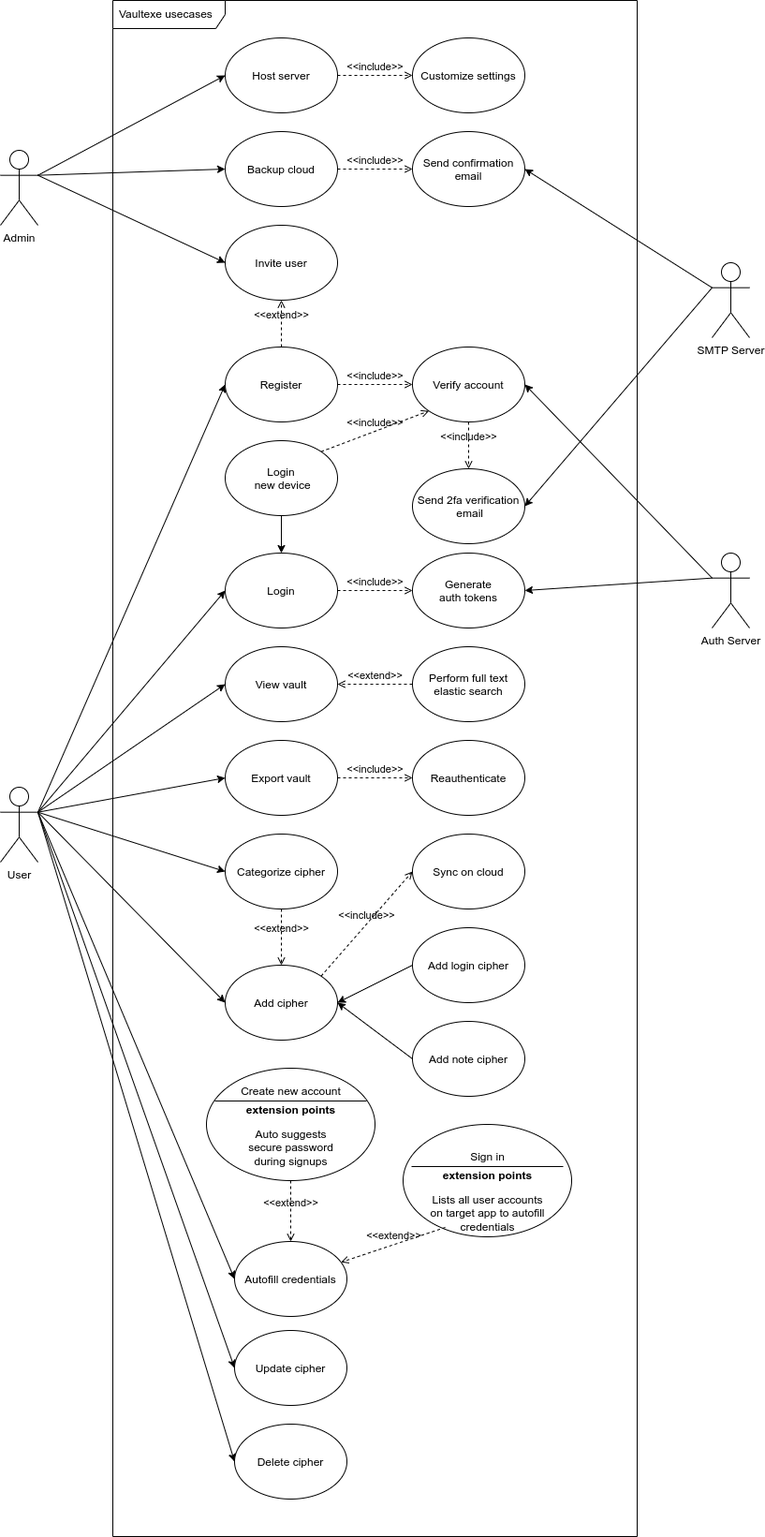
Vaultexe/diagrams keeps this draw.io diagram as usecase.drawio.png. Above is the earlier version. Source tidied: cells renumbered, new cells last; positions are measured from the earlier drawing's top-left corner, leaving out a move shared by most shapes.
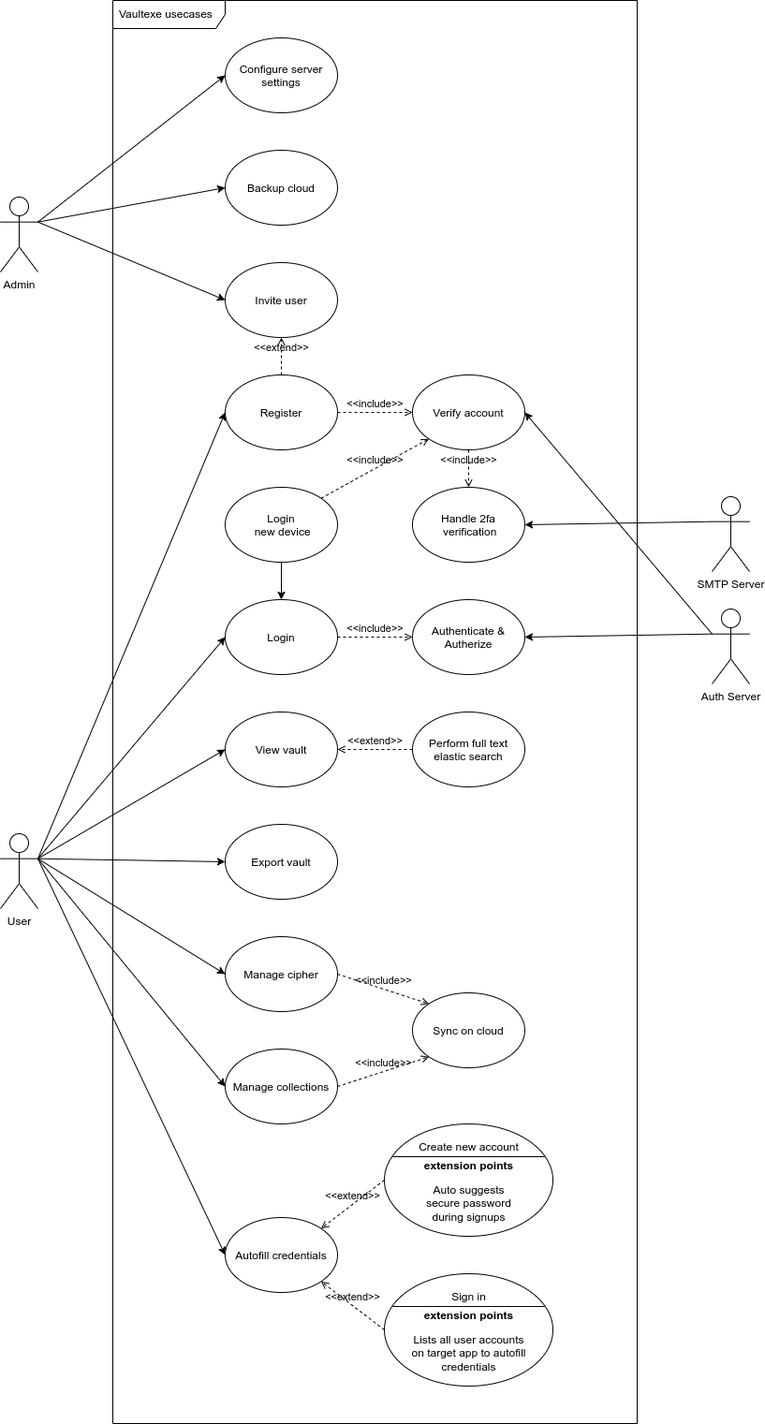
The same file after the commit.

Commit message:
Shrink down usecase diagram

The edit, as a diff of the source:
```diff
@@ -3,7 +3,7 @@
     <mxCell id="0" />
     <mxCell id="1" parent="0" />
     <mxCell id="2" value="Vaultexe usecases" style="shape=umlFrame;whiteSpace=wrap;html=1;width=120;height=30;boundedLbl=1;verticalAlign=middle;align=left;spacingLeft=5;rounded=0;" parent="1" vertex="1">
-      <mxGeometry x="120" width="560" height="1640" as="geometry" />
+      <mxGeometry x="120" y="-40" width="560" height="1520" as="geometry" />
     </mxCell>
     <mxCell id="3" style="edgeStyle=none;html=1;exitX=1;exitY=0.3333333333333333;exitDx=0;exitDy=0;exitPerimeter=0;entryX=0;entryY=0.5;entryDx=0;entryDy=0;rounded=0;" parent="1" edge="1" source="12" target="13">
       <mxGeometry relative="1" as="geometry" />
@@ -14,74 +14,47 @@
     <mxCell id="5" style="edgeStyle=none;html=1;entryX=0;entryY=0.5;entryDx=0;entryDy=0;exitX=1;exitY=0.3333333333333333;exitDx=0;exitDy=0;exitPerimeter=0;rounded=0;" parent="1" edge="1" source="12" target="18">
       <mxGeometry relative="1" as="geometry" />
     </mxCell>
-    <mxCell id="6" style="edgeStyle=none;html=1;entryX=0;entryY=0.5;entryDx=0;entryDy=0;exitX=1;exitY=0.3333333333333333;exitDx=0;exitDy=0;exitPerimeter=0;rounded=0;" parent="1" edge="1" source="12" target="23">
-      <mxGeometry relative="1" as="geometry" />
-    </mxCell>
-    <mxCell id="7" style="edgeStyle=none;html=1;entryX=0;entryY=0.5;entryDx=0;entryDy=0;exitX=1;exitY=0.3333333333333333;exitDx=0;exitDy=0;exitPerimeter=0;rounded=0;" parent="1" edge="1" source="12" target="24">
-      <mxGeometry relative="1" as="geometry" />
-    </mxCell>
     <mxCell id="8" style="edgeStyle=none;html=1;exitX=1;exitY=0.3333333333333333;exitDx=0;exitDy=0;exitPerimeter=0;entryX=0;entryY=0.5;entryDx=0;entryDy=0;rounded=0;" parent="1" edge="1" source="12" target="25">
       <mxGeometry relative="1" as="geometry" />
     </mxCell>
     <mxCell id="9" style="edgeStyle=none;html=1;exitX=1;exitY=0.3333333333333333;exitDx=0;exitDy=0;exitPerimeter=0;entryX=0;entryY=0.5;entryDx=0;entryDy=0;" parent="1" edge="1" source="12" target="43">
       <mxGeometry relative="1" as="geometry" />
     </mxCell>
-    <mxCell id="10" style="edgeStyle=none;html=1;exitX=1;exitY=0.3333333333333333;exitDx=0;exitDy=0;exitPerimeter=0;entryX=0;entryY=0.5;entryDx=0;entryDy=0;" parent="1" edge="1" source="12" target="54">
-      <mxGeometry relative="1" as="geometry" />
-    </mxCell>
     <mxCell id="11" style="edgeStyle=none;html=1;exitX=1;exitY=0.3333333333333333;exitDx=0;exitDy=0;exitPerimeter=0;entryX=0;entryY=0.5;entryDx=0;entryDy=0;" parent="1" edge="1" source="12" target="59">
       <mxGeometry relative="1" as="geometry" />
     </mxCell>
+    <mxCell id="72" style="edgeStyle=none;html=1;exitX=1;exitY=0.3333333333333333;exitDx=0;exitDy=0;exitPerimeter=0;entryX=0;entryY=0.5;entryDx=0;entryDy=0;" parent="1" edge="1" source="12" target="73">
+      <mxGeometry relative="1" as="geometry" />
+    </mxCell>
     <mxCell id="12" value="User" style="shape=umlActor;verticalLabelPosition=bottom;verticalAlign=top;html=1;rounded=0;" parent="1" vertex="1">
-      <mxGeometry y="840" width="40" height="80" as="geometry" />
+      <mxGeometry y="850" width="40" height="80" as="geometry" />
     </mxCell>
     <mxCell id="13" value="Register" style="ellipse;rounded=0;" parent="1" vertex="1">
-      <mxGeometry x="240" y="370" width="120" height="80" as="geometry" />
+      <mxGeometry x="240" y="360" width="120" height="80" as="geometry" />
     </mxCell>
     <mxCell id="14" value="Login" style="ellipse;rounded=0;" parent="1" vertex="1">
-      <mxGeometry x="240" y="590" width="120" height="80" as="geometry" />
+      <mxGeometry x="240" y="600" width="120" height="80" as="geometry" />
     </mxCell>
     <mxCell id="15" style="edgeStyle=none;html=1;exitX=0;exitY=0.3333333333333333;exitDx=0;exitDy=0;exitPerimeter=0;entryX=1;entryY=0.5;entryDx=0;entryDy=0;rounded=0;" parent="1" edge="1" source="17" target="28">
       <mxGeometry relative="1" as="geometry" />
     </mxCell>
-    <mxCell id="16" style="edgeStyle=none;html=1;exitX=0;exitY=0.3333333333333333;exitDx=0;exitDy=0;exitPerimeter=0;entryX=1;entryY=0.5;entryDx=0;entryDy=0;" parent="1" edge="1" source="17" target="41">
-      <mxGeometry relative="1" as="geometry" />
-    </mxCell>
     <mxCell id="17" value="SMTP Server" style="shape=umlActor;verticalLabelPosition=bottom;verticalAlign=top;html=1;rounded=0;" parent="1" vertex="1">
-      <mxGeometry x="760" y="280" width="40" height="80" as="geometry" />
+      <mxGeometry x="760" y="490" width="40" height="80" as="geometry" />
     </mxCell>
-    <mxCell id="18" value="Add cipher" style="ellipse;rounded=0;" parent="1" vertex="1">
-      <mxGeometry x="240" y="1030" width="120" height="80" as="geometry" />
+    <mxCell id="18" value="Manage cipher" style="ellipse;rounded=0;" parent="1" vertex="1">
+      <mxGeometry x="240" y="960" width="120" height="80" as="geometry" />
     </mxCell>
-    <mxCell id="19" style="edgeStyle=none;html=1;entryX=1;entryY=0.5;entryDx=0;entryDy=0;rounded=0;exitX=0;exitY=0.5;exitDx=0;exitDy=0;" parent="1" edge="1" source="20" target="18">
-      <mxGeometry relative="1" as="geometry" />
-    </mxCell>
-    <mxCell id="20" value="Add note cipher" style="ellipse;rounded=0;" parent="1" vertex="1">
-      <mxGeometry x="440" y="1090" width="120" height="80" as="geometry" />
-    </mxCell>
-    <mxCell id="21" style="edgeStyle=none;html=1;entryX=1;entryY=0.5;entryDx=0;entryDy=0;rounded=0;exitX=0;exitY=0.5;exitDx=0;exitDy=0;" parent="1" edge="1" source="22" target="18">
-      <mxGeometry relative="1" as="geometry" />
-    </mxCell>
-    <mxCell id="22" value="Add login cipher" style="ellipse;rounded=0;" parent="1" vertex="1">
-      <mxGeometry x="440" y="990" width="120" height="80" as="geometry" />
-    </mxCell>
-    <mxCell id="23" value="Update cipher" style="ellipse;rounded=0;" parent="1" vertex="1">
-      <mxGeometry x="250" y="1420" width="120" height="80" as="geometry" />
-    </mxCell>
-    <mxCell id="24" value="Delete cipher" style="ellipse;rounded=0;" parent="1" vertex="1">
-      <mxGeometry x="250" y="1520" width="120" height="80" as="geometry" />
-    </mxCell>
     <mxCell id="25" value="View vault" style="ellipse;rounded=0;" parent="1" vertex="1">
-      <mxGeometry x="240" y="690" width="120" height="80" as="geometry" />
+      <mxGeometry x="240" y="720" width="120" height="80" as="geometry" />
     </mxCell>
-    <mxCell id="26" value="Host server" style="ellipse;rounded=0;" parent="1" vertex="1">
-      <mxGeometry x="240" y="40" width="120" height="80" as="geometry" />
+    <mxCell id="26" value="Configure server&#10;settings" style="ellipse;rounded=0;" parent="1" vertex="1">
+      <mxGeometry x="240" width="120" height="80" as="geometry" />
     </mxCell>
     <mxCell id="27" value="Verify account" style="ellipse;rounded=0;" parent="1" vertex="1">
-      <mxGeometry x="440" y="370" width="120" height="80" as="geometry" />
+      <mxGeometry x="440" y="360" width="120" height="80" as="geometry" />
     </mxCell>
-    <mxCell id="28" value="Send 2fa verification&#10; email" style="ellipse;rounded=0;" parent="1" vertex="1">
-      <mxGeometry x="440" y="500" width="120" height="80" as="geometry" />
+    <mxCell id="28" value="Handle 2fa&#10; verification" style="ellipse;rounded=0;" parent="1" vertex="1">
+      <mxGeometry x="440" y="480" width="120" height="80" as="geometry" />
     </mxCell>
     <mxCell id="29" value="&amp;lt;&amp;lt;include&amp;gt;&amp;gt;" style="html=1;verticalAlign=bottom;labelBackgroundColor=none;endArrow=open;endFill=0;dashed=1;exitX=1;exitY=0.5;exitDx=0;exitDy=0;entryX=0;entryY=0.5;entryDx=0;entryDy=0;rounded=0;" parent="1" edge="1" source="13" target="27">
       <mxGeometry relative="1" as="geometry" />
@@ -89,14 +62,14 @@
     <mxCell id="30" value="&amp;lt;&amp;lt;include&amp;gt;&amp;gt;" style="html=1;verticalAlign=bottom;labelBackgroundColor=none;endArrow=open;endFill=0;dashed=1;exitX=0.5;exitY=1;exitDx=0;exitDy=0;entryX=0.5;entryY=0;entryDx=0;entryDy=0;rounded=0;" parent="1" edge="1" source="27" target="28">
       <mxGeometry relative="1" as="geometry" />
     </mxCell>
-    <mxCell id="31" value="Generate&#10;auth tokens" style="ellipse;rounded=0;" parent="1" vertex="1">
-      <mxGeometry x="440" y="590" width="120" height="80" as="geometry" />
+    <mxCell id="31" value="Authenticate &amp;&#10;Autherize" style="ellipse;rounded=0;" parent="1" vertex="1">
+      <mxGeometry x="440" y="600" width="120" height="80" as="geometry" />
     </mxCell>
     <mxCell id="32" style="edgeStyle=none;html=1;exitX=0.5;exitY=1;exitDx=0;exitDy=0;entryX=0.5;entryY=0;entryDx=0;entryDy=0;rounded=0;" parent="1" edge="1" source="33" target="14">
       <mxGeometry relative="1" as="geometry" />
     </mxCell>
     <mxCell id="33" value="Login&#10; new device" style="ellipse;rounded=0;" parent="1" vertex="1">
-      <mxGeometry x="240" y="470" width="120" height="80" as="geometry" />
+      <mxGeometry x="240" y="480" width="120" height="80" as="geometry" />
     </mxCell>
     <mxCell id="34" value="&amp;lt;&amp;lt;include&amp;gt;&amp;gt;" style="html=1;verticalAlign=bottom;labelBackgroundColor=none;endArrow=open;endFill=0;dashed=1;exitX=1;exitY=0;exitDx=0;exitDy=0;entryX=0;entryY=1;entryDx=0;entryDy=0;rounded=0;" parent="1" edge="1" source="33" target="27">
       <mxGeometry relative="1" as="geometry" />
@@ -105,31 +78,19 @@
       <mxGeometry relative="1" as="geometry" />
     </mxCell>
     <mxCell id="36" value="Sync on cloud" style="ellipse;rounded=0;" parent="1" vertex="1">
-      <mxGeometry x="440" y="890" width="120" height="80" as="geometry" />
+      <mxGeometry x="440" y="1020" width="120" height="80" as="geometry" />
     </mxCell>
-    <mxCell id="37" value="&amp;lt;&amp;lt;include&amp;gt;&amp;gt;" style="html=1;verticalAlign=bottom;labelBackgroundColor=none;endArrow=open;endFill=0;dashed=1;exitX=1;exitY=0;exitDx=0;exitDy=0;entryX=0;entryY=0.5;entryDx=0;entryDy=0;rounded=0;" parent="1" edge="1" source="18" target="36">
+    <mxCell id="37" value="&amp;lt;&amp;lt;include&amp;gt;&amp;gt;" style="html=1;verticalAlign=bottom;labelBackgroundColor=none;endArrow=open;endFill=0;dashed=1;exitX=1;exitY=0.5;exitDx=0;exitDy=0;entryX=0;entryY=0;entryDx=0;entryDy=0;rounded=0;" parent="1" edge="1" source="18" target="36">
       <mxGeometry relative="1" as="geometry" />
     </mxCell>
-    <mxCell id="38" value="&amp;lt;&amp;lt;include&amp;gt;&amp;gt;" style="html=1;verticalAlign=bottom;labelBackgroundColor=none;endArrow=open;endFill=0;dashed=1;exitX=1;exitY=0.5;exitDx=0;exitDy=0;entryX=0;entryY=0.5;entryDx=0;entryDy=0;" parent="1" edge="1" source="26" target="39">
-      <mxGeometry relative="1" as="geometry" />
-    </mxCell>
-    <mxCell id="39" value="Customize settings" style="ellipse;rounded=0;" parent="1" vertex="1">
-      <mxGeometry x="440" y="40" width="120" height="80" as="geometry" />
-    </mxCell>
     <mxCell id="40" value="Backup cloud" style="ellipse;rounded=0;" parent="1" vertex="1">
-      <mxGeometry x="240" y="140" width="120" height="80" as="geometry" />
+      <mxGeometry x="240" y="120" width="120" height="80" as="geometry" />
     </mxCell>
-    <mxCell id="41" value="Send confirmation&#10;email" style="ellipse;rounded=0;" parent="1" vertex="1">
-      <mxGeometry x="440" y="140" width="120" height="80" as="geometry" />
-    </mxCell>
-    <mxCell id="42" value="&amp;lt;&amp;lt;include&amp;gt;&amp;gt;" style="html=1;verticalAlign=bottom;labelBackgroundColor=none;endArrow=open;endFill=0;dashed=1;exitX=1;exitY=0.5;exitDx=0;exitDy=0;entryX=0;entryY=0.5;entryDx=0;entryDy=0;" parent="1" edge="1" source="40" target="41">
-      <mxGeometry relative="1" as="geometry" />
-    </mxCell>
     <mxCell id="43" value="Autofill credentials" style="ellipse;rounded=0;" parent="1" vertex="1">
-      <mxGeometry x="250" y="1325" width="120" height="80" as="geometry" />
+      <mxGeometry x="240" y="1260" width="120" height="80" as="geometry" />
     </mxCell>
     <mxCell id="44" style="shape=ellipse;horizontal=1;html=1;dashed=0;" parent="1" vertex="1">
-      <mxGeometry x="220" y="1140" width="180" height="120" as="geometry" />
+      <mxGeometry x="410" y="1160" width="180" height="120" as="geometry" />
     </mxCell>
     <mxCell id="45" value="Create new account" style="html=1;strokeColor=none;fillColor=none;align=center;verticalAlign=middle;" parent="44" vertex="1">
       <mxGeometry y="10" width="180" height="30" as="geometry" />
@@ -143,26 +104,8 @@
     <mxCell id="48" value="Auto suggests &lt;br&gt;secure password &lt;br&gt;during signups" style="text;html=1;align=center;verticalAlign=middle;spacingLeft=0;fillColor=none;strokeColor=none;" parent="44" vertex="1">
       <mxGeometry y="70" width="180" height="30" as="geometry" />
     </mxCell>
-    <mxCell id="49" style="shape=ellipse;horizontal=1;html=1;dashed=0;" parent="1" vertex="1">
-      <mxGeometry x="430" y="1200" width="180" height="120" as="geometry" />
-    </mxCell>
-    <mxCell id="50" value="Sign in" style="html=1;strokeColor=none;fillColor=none;align=center;verticalAlign=middle;" parent="49" vertex="1">
-      <mxGeometry y="20" width="180" height="30" as="geometry" />
-    </mxCell>
-    <mxCell id="51" style="line;strokeWidth=1;fillColor=none;labelPosition=right;dashed=0;" parent="49" vertex="1">
-      <mxGeometry x="9" y="40" width="162" height="10" as="geometry" />
-    </mxCell>
-    <mxCell id="52" value="extension points" style="text;html=1;align=center;verticalAlign=middle;fillColor=none;strokeColor=none;fontStyle=1;" parent="49" vertex="1">
-      <mxGeometry y="40" width="180" height="30" as="geometry" />
-    </mxCell>
-    <mxCell id="53" value="Lists all user accounts &lt;br&gt;on target app to autofill&lt;br&gt;credentials" style="text;html=1;align=center;verticalAlign=middle;spacingLeft=0;fillColor=none;strokeColor=none;" parent="49" vertex="1">
-      <mxGeometry y="80" width="180" height="30" as="geometry" />
-    </mxCell>
-    <mxCell id="54" value="Categorize cipher" style="ellipse;rounded=0;" parent="1" vertex="1">
-      <mxGeometry x="240" y="890" width="120" height="80" as="geometry" />
-    </mxCell>
     <mxCell id="55" value="Perform full text&#10;elastic search" style="ellipse;rounded=0;" parent="1" vertex="1">
-      <mxGeometry x="440" y="690" width="120" height="80" as="geometry" />
+      <mxGeometry x="440" y="720" width="120" height="80" as="geometry" />
     </mxCell>
     <mxCell id="56" style="edgeStyle=none;html=1;exitX=0;exitY=0.3333333333333333;exitDx=0;exitDy=0;exitPerimeter=0;entryX=1;entryY=0.5;entryDx=0;entryDy=0;" parent="1" edge="1" source="58" target="31">
       <mxGeometry relative="1" as="geometry" />
@@ -171,10 +114,10 @@
       <mxGeometry relative="1" as="geometry" />
     </mxCell>
     <mxCell id="58" value="Auth Server" style="shape=umlActor;verticalLabelPosition=bottom;verticalAlign=top;html=1;rounded=0;" parent="1" vertex="1">
-      <mxGeometry x="760" y="590" width="40" height="80" as="geometry" />
+      <mxGeometry x="760" y="610" width="40" height="80" as="geometry" />
     </mxCell>
     <mxCell id="59" value="Export vault" style="ellipse;rounded=0;" parent="1" vertex="1">
-      <mxGeometry x="240" y="790" width="120" height="80" as="geometry" />
+      <mxGeometry x="240" y="840" width="120" height="80" as="geometry" />
     </mxCell>
     <mxCell id="60" style="edgeStyle=none;html=1;entryX=0;entryY=0.5;entryDx=0;entryDy=0;exitX=1;exitY=0.3333333333333333;exitDx=0;exitDy=0;exitPerimeter=0;" parent="1" edge="1" source="63" target="26">
       <mxGeometry relative="1" as="geometry" />
@@ -186,14 +129,8 @@
       <mxGeometry relative="1" as="geometry" />
     </mxCell>
     <mxCell id="63" value="Admin" style="shape=umlActor;verticalLabelPosition=bottom;verticalAlign=top;html=1;rounded=0;" parent="1" vertex="1">
-      <mxGeometry y="160" width="40" height="80" as="geometry" />
+      <mxGeometry y="170" width="40" height="80" as="geometry" />
     </mxCell>
-    <mxCell id="64" value="Reauthenticate" style="ellipse;rounded=0;" parent="1" vertex="1">
-      <mxGeometry x="440" y="790" width="120" height="80" as="geometry" />
-    </mxCell>
-    <mxCell id="65" value="&amp;lt;&amp;lt;include&amp;gt;&amp;gt;" style="html=1;verticalAlign=bottom;labelBackgroundColor=none;endArrow=open;endFill=0;dashed=1;exitX=1;exitY=0.5;exitDx=0;exitDy=0;entryX=0;entryY=0.5;entryDx=0;entryDy=0;" parent="1" edge="1" source="59" target="64">
-      <mxGeometry relative="1" as="geometry" />
-    </mxCell>
     <mxCell id="66" value="Invite user" style="ellipse;rounded=0;" parent="1" vertex="1">
       <mxGeometry x="240" y="240" width="120" height="80" as="geometry" />
     </mxCell>
@@ -203,14 +140,32 @@
     <mxCell id="68" value="&amp;lt;&amp;lt;extend&amp;gt;&amp;gt;" style="html=1;verticalAlign=bottom;labelBackgroundColor=none;endArrow=open;endFill=0;dashed=1;entryX=1;entryY=0.5;entryDx=0;entryDy=0;exitX=0;exitY=0.5;exitDx=0;exitDy=0;" parent="1" edge="1" source="55" target="25">
       <mxGeometry relative="1" as="geometry" />
     </mxCell>
-    <mxCell id="69" value="&amp;lt;&amp;lt;extend&amp;gt;&amp;gt;" style="html=1;verticalAlign=bottom;labelBackgroundColor=none;endArrow=open;endFill=0;dashed=1;entryX=0.5;entryY=0;entryDx=0;entryDy=0;exitX=0.5;exitY=1;exitDx=0;exitDy=0;" parent="1" edge="1" source="54" target="18">
-      <mxGeometry relative="1" as="geometry" />
-    </mxCell>
-    <mxCell id="70" value="&amp;lt;&amp;lt;extend&amp;gt;&amp;gt;" style="html=1;verticalAlign=bottom;labelBackgroundColor=none;endArrow=open;endFill=0;dashed=1;exitX=0.5;exitY=1;exitDx=0;exitDy=0;entryX=0.5;entryY=0;entryDx=0;entryDy=0;" parent="1" edge="1" source="44" target="43">
+    <mxCell id="70" value="&amp;lt;&amp;lt;extend&amp;gt;&amp;gt;" style="html=1;verticalAlign=bottom;labelBackgroundColor=none;endArrow=open;endFill=0;dashed=1;exitX=0;exitY=1;exitDx=0;exitDy=0;entryX=1;entryY=0;entryDx=0;entryDy=0;" parent="1" edge="1" source="47" target="43">
       <mxGeometry relative="1" as="geometry" />
     </mxCell>
-    <mxCell id="71" value="&amp;lt;&amp;lt;extend&amp;gt;&amp;gt;" style="html=1;verticalAlign=bottom;labelBackgroundColor=none;endArrow=open;endFill=0;dashed=1;" parent="1" edge="1" source="53" target="43">
+    <mxCell id="71" value="&amp;lt;&amp;lt;extend&amp;gt;&amp;gt;" style="html=1;verticalAlign=bottom;labelBackgroundColor=none;endArrow=open;endFill=0;dashed=1;entryX=1;entryY=1;entryDx=0;entryDy=0;exitX=0;exitY=0.5;exitDx=0;exitDy=0;" parent="1" edge="1" source="75" target="43">
       <mxGeometry relative="1" as="geometry" />
     </mxCell>
+    <mxCell id="73" value="Manage collections" style="ellipse;rounded=0;" parent="1" vertex="1">
+      <mxGeometry x="240" y="1080" width="120" height="80" as="geometry" />
+    </mxCell>
+    <mxCell id="74" value="&amp;lt;&amp;lt;include&amp;gt;&amp;gt;" style="html=1;verticalAlign=bottom;labelBackgroundColor=none;endArrow=open;endFill=0;dashed=1;exitX=1;exitY=0.5;exitDx=0;exitDy=0;entryX=0;entryY=1;entryDx=0;entryDy=0;rounded=0;" parent="1" edge="1" source="73" target="36">
+      <mxGeometry relative="1" as="geometry" />
+    </mxCell>
+    <mxCell id="75" style="shape=ellipse;horizontal=1;html=1;dashed=0;" parent="1" vertex="1">
+      <mxGeometry x="410" y="1320" width="180" height="120" as="geometry" />
+    </mxCell>
+    <mxCell id="50" value="Sign in" style="html=1;strokeColor=none;fillColor=none;align=center;verticalAlign=middle;" parent="75" vertex="1">
+      <mxGeometry y="10" width="180" height="30" as="geometry" />
+    </mxCell>
+    <mxCell id="76" style="line;strokeWidth=1;fillColor=none;labelPosition=right;dashed=0;" parent="75" vertex="1">
+      <mxGeometry x="9" y="30" width="162" height="10" as="geometry" />
+    </mxCell>
+    <mxCell id="52" value="extension points" style="text;html=1;align=center;verticalAlign=middle;fillColor=none;strokeColor=none;fontStyle=1;" parent="75" vertex="1">
+      <mxGeometry y="30" width="180" height="30" as="geometry" />
+    </mxCell>
+    <mxCell id="53" value="Lists all user accounts&lt;br&gt;on target app to autofill&lt;br&gt;credentials" style="text;html=1;align=center;verticalAlign=middle;spacingLeft=0;fillColor=none;strokeColor=none;" parent="75" vertex="1">
+      <mxGeometry y="70" width="180" height="30" as="geometry" />
+    </mxCell>
   </root>
 </mxGraphModel>
```
